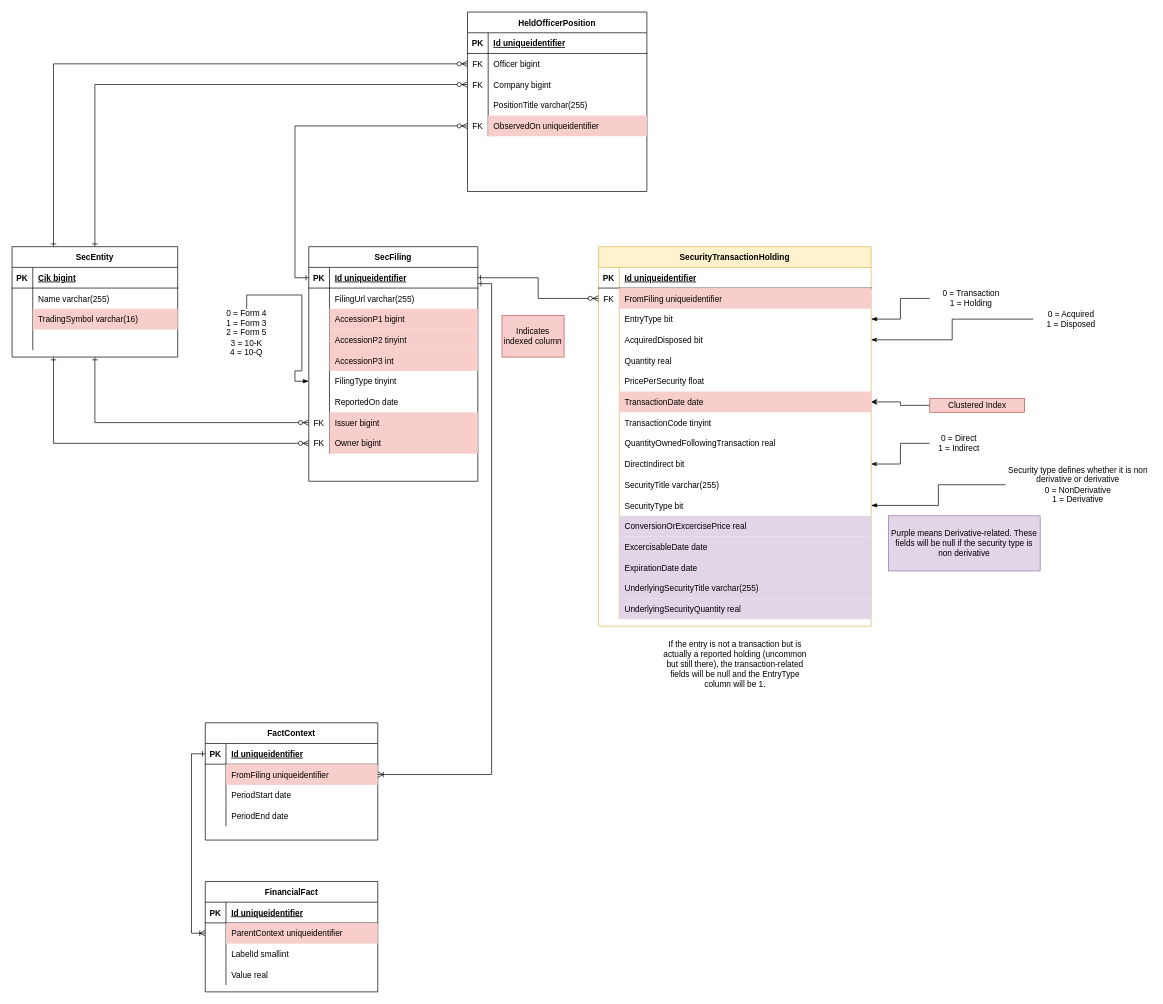
This is page "Filing-Derived" (1 of 3) of AletheiaErd.drawio from TimHanewich/Aletheia-Engine-Library, a draw.io file, before an edit. Source tidied: cells renumbered, new cells numbered last; positions are measured from the earlier drawing's top-left corner, leaving out a move shared by most shapes. Both pictures are drawn from the tidied source at 69%, with x=0, y=0 at pixel (12, 12).
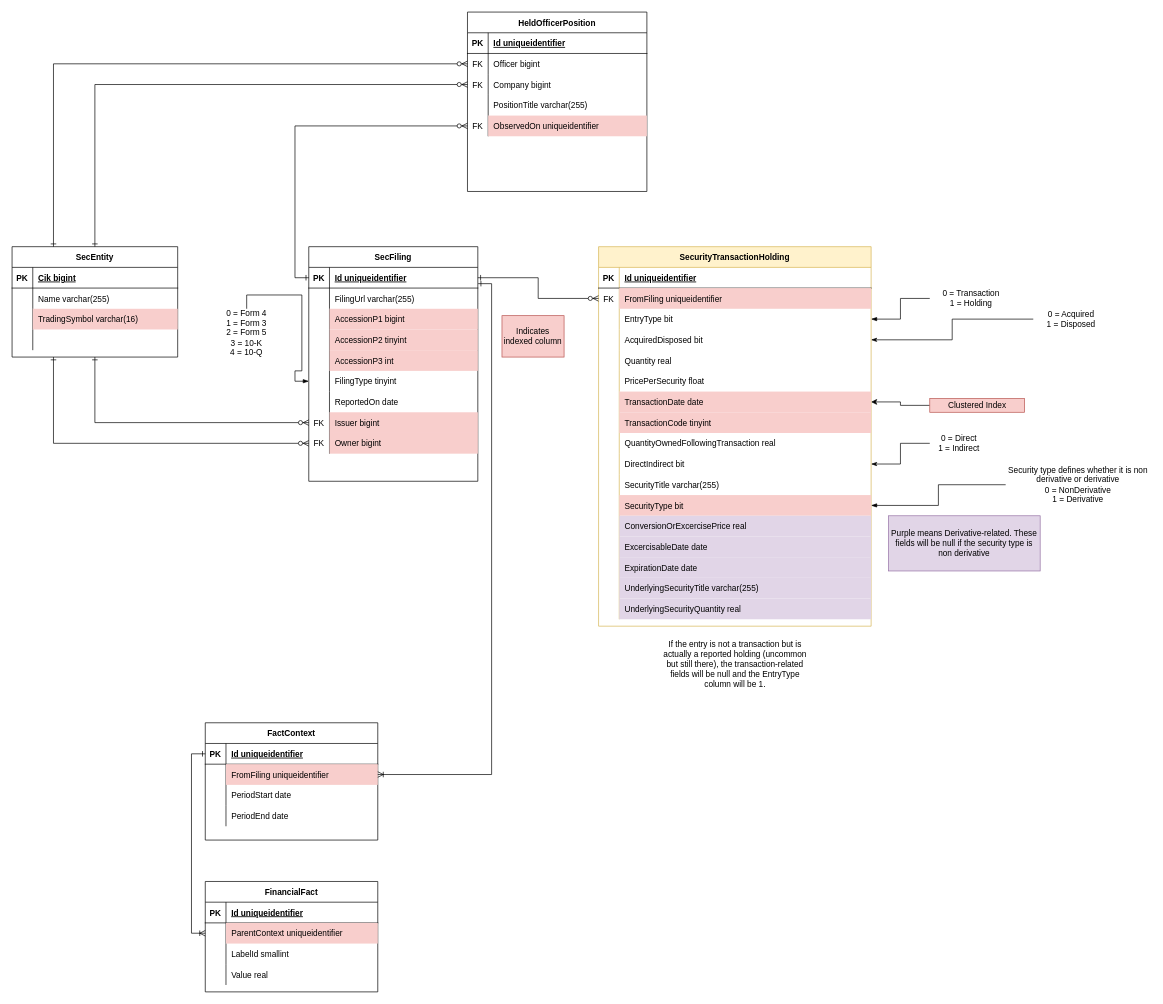
The same diagram, later.

Commit message:
Added TransactionCode and SecurityType to marked indexes

The change refers to these unchanged cells:
```xml
<mxCell id="37" style="shape=partialRectangle;fillColor=none;top=0;left=0;bottom=0;right=0;" parent="15" vertex="1">
  <mxGeometry y="240" width="395" height="30" as="geometry" />
</mxCell>
<mxCell id="49" style="shape=partialRectangle;fillColor=none;top=0;left=0;bottom=0;right=0;points=[[0,0.5],[1,0.5]];portConstraint=eastwest;" parent="15" vertex="1">
  <mxGeometry y="360" width="395" height="30" as="geometry" />
</mxCell>
```

Diff of the diagram source:
```diff
@@
-    <mxCell id="39" value="TransactionCode tinyint" style="shape=partialRectangle;fillColor=none;top=0;left=0;bottom=0;right=0;align=left;spacingLeft=6;overflow=hidden;" parent="37" vertex="1">
+    <mxCell id="39" value="TransactionCode tinyint" style="shape=partialRectangle;fillColor=#f8cecc;top=0;left=0;bottom=0;right=0;align=left;spacingLeft=6;overflow=hidden;strokeColor=#b85450;" parent="37" vertex="1">
       <mxGeometry x="30" width="365" height="30" as="geometry" />
     </mxCell>
@@
-    <mxCell id="51" value="SecurityType bit" style="shape=partialRectangle;fillColor=none;top=0;left=0;bottom=0;right=0;align=left;spacingLeft=6;overflow=hidden;" parent="49" vertex="1">
+    <mxCell id="51" value="SecurityType bit" style="shape=partialRectangle;fillColor=#f8cecc;top=0;left=0;bottom=0;right=0;align=left;spacingLeft=6;overflow=hidden;strokeColor=#b85450;" parent="49" vertex="1">
       <mxGeometry x="30" width="365" height="30" as="geometry" />
     </mxCell>
```
